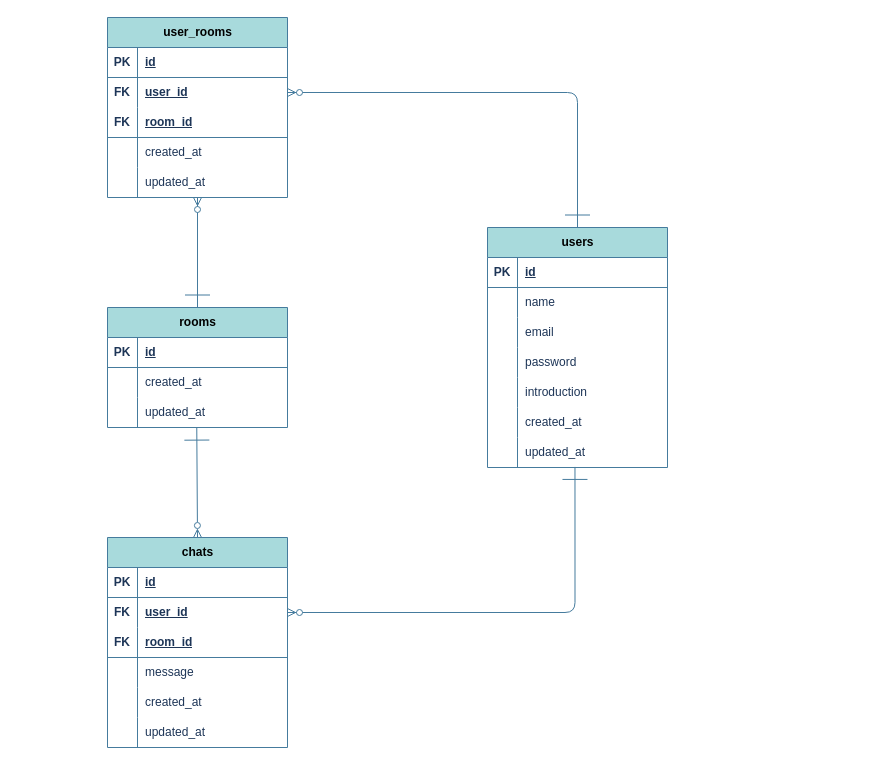
The draw.io diagram DM機能.drawio in Ganmo3/drawio, before the edit. Source tidied: cells renumbered, new cells numbered last; positions are measured from the earlier drawing's top-left corner, leaving out a move shared by most shapes. Both pictures are drawn from the tidied source at 100%, with x=0, y=0 at pixel (17, 17).
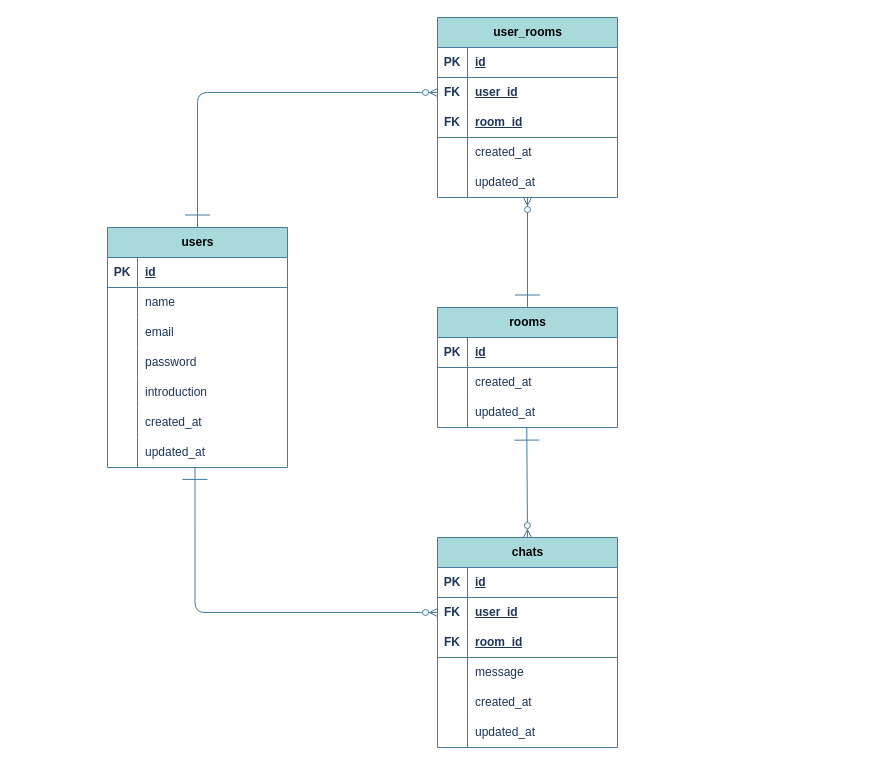
After the change.

Commit message:
DM機能.drawio を更新します

Unchanged cells that the change refers to:
```xml
<mxCell id="21" style="shape=tableRow;horizontal=0;startSize=0;swimlaneHead=0;swimlaneBody=0;fillColor=none;points=[[0,0.5],[1,0.5]];portConstraint=eastwest;top=0;left=0;right=0;bottom=0;strokeColor=#457B9D;fontFamily=Helvetica;fontSize=12;fontColor=#1D3557;html=1;labelBackgroundColor=none;" parent="2" vertex="1">
  <mxGeometry y="210" width="180" height="30" as="geometry" />
</mxCell>
<mxCell id="32" style="shape=tableRow;horizontal=0;startSize=0;swimlaneHead=0;swimlaneBody=0;fillColor=none;points=[[0,0.5],[1,0.5]];portConstraint=eastwest;top=0;left=0;right=0;bottom=0;strokeColor=#457B9D;fontFamily=Helvetica;fontSize=12;fontColor=#1D3557;html=1;labelBackgroundColor=none;" parent="28" vertex="1">
  <mxGeometry y="60" width="180" height="30" as="geometry" />
</mxCell>
<mxCell id="63" style="shape=tableRow;horizontal=0;startSize=0;swimlaneHead=0;swimlaneBody=0;fillColor=none;points=[[0,0.5],[1,0.5]];portConstraint=eastwest;top=0;left=0;right=0;bottom=0;strokeColor=#457B9D;fontFamily=Helvetica;fontSize=12;fontColor=#1D3557;html=1;labelBackgroundColor=none;" parent="59" vertex="1">
  <mxGeometry y="60" width="180" height="30" as="geometry" />
</mxCell>
```

Change to the diagram source:
```diff
@@
     <mxCell id="2" value="&lt;font color=&quot;#000000&quot;&gt;users&lt;/font&gt;" style="shape=table;startSize=30;childLayout=tableLayout;rowLines=0;fontStyle=1;align=center;html=1;strokeColor=#457B9D;fontFamily=Helvetica;fontSize=12;fillColor=#A8DADC;labelBackgroundColor=none;fontColor=#1D3557;" parent="1" vertex="1">
-      <mxGeometry x="470" y="210" width="180" height="240" as="geometry" />
+      <mxGeometry x="90" y="210" width="180" height="240" as="geometry" />
     </mxCell>
@@
     <mxCell id="28" value="&lt;font color=&quot;#000000&quot;&gt;chats&lt;/font&gt;" style="shape=table;startSize=30;childLayout=tableLayout;rowLines=0;fontStyle=1;align=center;html=1;strokeColor=#457B9D;fontFamily=Helvetica;fontSize=12;fillColor=#A8DADC;labelBackgroundColor=none;fontColor=#1D3557;" parent="1" vertex="1">
-      <mxGeometry x="90" y="520" width="180" height="210" as="geometry" />
+      <mxGeometry x="420" y="520" width="180" height="210" as="geometry" />
     </mxCell>
@@
     <mxCell id="47" value="&lt;font color=&quot;#000000&quot;&gt;rooms&lt;/font&gt;" style="shape=table;startSize=30;childLayout=tableLayout;rowLines=0;fontStyle=1;align=center;html=1;strokeColor=#457B9D;fontFamily=Helvetica;fontSize=12;fillColor=#A8DADC;labelBackgroundColor=none;fontColor=#1D3557;" parent="1" vertex="1">
-      <mxGeometry x="90" y="290" width="180" height="120" as="geometry" />
+      <mxGeometry x="420" y="290" width="180" height="120" as="geometry" />
     </mxCell>
@@
     <mxCell id="59" value="&lt;font color=&quot;#000000&quot;&gt;user_rooms&lt;/font&gt;" style="shape=table;startSize=30;childLayout=tableLayout;rowLines=0;fontStyle=1;align=center;html=1;fontFamily=Helvetica;fontSize=12;fillColor=#A8DADC;strokeColor=#457B9D;labelBackgroundColor=none;fontColor=#1D3557;" parent="1" vertex="1">
-      <mxGeometry x="90" width="180" height="180" as="geometry" />
+      <mxGeometry x="420" width="180" height="180" as="geometry" />
     </mxCell>
@@
-    <mxCell id="75" style="edgeStyle=orthogonalEdgeStyle;fontSize=12;html=1;endArrow=ERzeroToMany;endFill=1;fontFamily=Helvetica;fontColor=default;startSize=23;rounded=1;startArrow=ERone;startFill=0;exitX=0.5;exitY=0;exitDx=0;exitDy=0;entryX=1;entryY=0.5;entryDx=0;entryDy=0;labelBackgroundColor=none;strokeColor=#457B9D;" parent="1" edge="1" source="2" target="63">
-      <mxGeometry relative="1" as="geometry" />
+    <mxCell id="75" style="edgeStyle=orthogonalEdgeStyle;fontSize=12;html=1;endArrow=ERzeroToMany;endFill=1;fontFamily=Helvetica;fontColor=default;startSize=23;rounded=1;startArrow=ERone;startFill=0;exitX=0.5;exitY=0;exitDx=0;exitDy=0;entryX=0;entryY=0.5;entryDx=0;entryDy=0;labelBackgroundColor=none;strokeColor=#457B9D;" parent="1" edge="1" source="2" target="63">
+      <mxGeometry relative="1" as="geometry">
+        <Array as="points">
+          <mxPoint x="180" y="75" />
+        </Array>
+      </mxGeometry>
     </mxCell>
@@
-    <mxCell id="77" style="edgeStyle=orthogonalEdgeStyle;fontSize=12;html=1;endArrow=ERzeroToMany;endFill=1;fontFamily=Helvetica;fontColor=default;startSize=23;rounded=1;startArrow=ERone;startFill=0;entryX=1;entryY=0.5;entryDx=0;entryDy=0;exitX=0.486;exitY=0.981;exitDx=0;exitDy=0;exitPerimeter=0;labelBackgroundColor=none;strokeColor=#457B9D;" parent="1" edge="1" source="21" target="32">
-      <mxGeometry relative="1" as="geometry" />
+    <mxCell id="77" style="edgeStyle=orthogonalEdgeStyle;fontSize=12;html=1;endArrow=ERzeroToMany;endFill=1;fontFamily=Helvetica;fontColor=default;startSize=23;rounded=1;startArrow=ERone;startFill=0;entryX=0;entryY=0.5;entryDx=0;entryDy=0;exitX=0.486;exitY=0.981;exitDx=0;exitDy=0;exitPerimeter=0;labelBackgroundColor=none;strokeColor=#457B9D;" parent="1" edge="1" source="21" target="32">
+      <mxGeometry relative="1" as="geometry">
+        <Array as="points">
+          <mxPoint x="178" y="595" />
+        </Array>
+      </mxGeometry>
     </mxCell>
```
